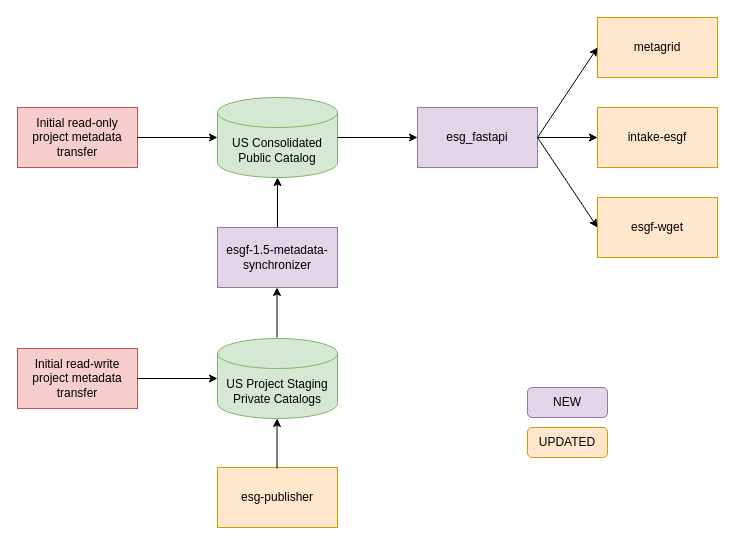
The draw.io diagram diagrams/ESGF-1.5 Design.drawio in esgf2-us/esgf-1.5-design, before the edit. Source tidied: cells renumbered, new cells numbered last; positions are measured from the earlier drawing's top-left corner, leaving out a move shared by most shapes. Both pictures are drawn from the tidied source at 100%, with x=0, y=0 at pixel (17, 17).
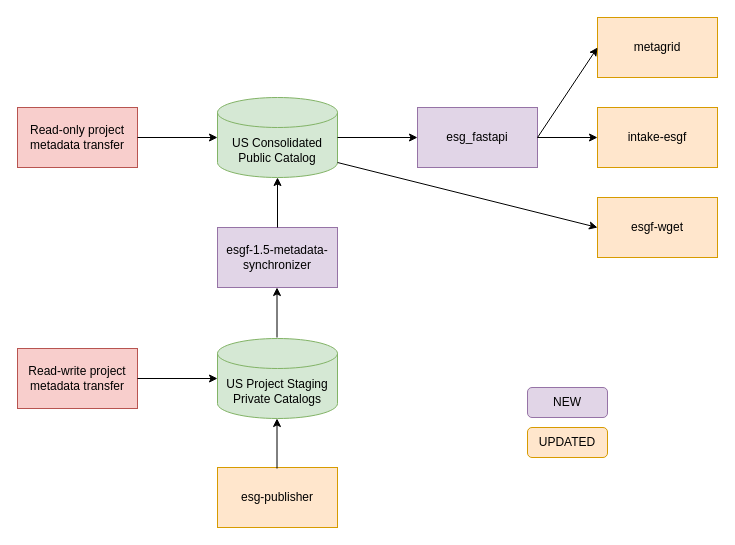
After the change.

The change refers to these unchanged cells:
```xml
<mxCell id="2" value="US Consolidated Public&amp;nbsp;Catalog" style="shape=cylinder3;whiteSpace=wrap;html=1;boundedLbl=1;backgroundOutline=1;size=15;fillColor=#d5e8d4;strokeColor=#82b366;" parent="1" vertex="1">
  <mxGeometry x="200" y="80" width="120" height="80" as="geometry" />
</mxCell>
<mxCell id="6" value="esg_fastapi" style="rounded=0;whiteSpace=wrap;html=1;fillColor=#e1d5e7;strokeColor=#9673a6;" parent="1" vertex="1">
  <mxGeometry x="400" y="90" width="120" height="60" as="geometry" />
</mxCell>
<mxCell id="10" value="esgf-wget" style="rounded=0;whiteSpace=wrap;html=1;fillColor=#ffe6cc;strokeColor=#d79b00;" parent="1" vertex="1">
  <mxGeometry x="580" y="180" width="120" height="60" as="geometry" />
</mxCell>
```

The edit, as a diff of the source:
```diff
@@
-    <mxCell id="11" style="endArrow=classic;html=1;rounded=0;entryX=0;entryY=0.5;entryDx=0;entryDy=0;exitX=1;exitY=0.5;exitDx=0;exitDy=0;" parent="1" edge="1" source="6" target="10">
+    <mxCell id="11" style="endArrow=classic;html=1;rounded=0;entryX=0;entryY=0.5;entryDx=0;entryDy=0;exitX=1;exitY=1;exitDx=0;exitDy=-15;exitPerimeter=0;" parent="1" edge="1" source="2" target="10">
       <mxGeometry relative="1" as="geometry" />
     </mxCell>
-    <mxCell id="12" value="Initial read-only project metadata transfer" style="rounded=0;whiteSpace=wrap;html=1;fillColor=#f8cecc;strokeColor=#b85450;" parent="1" vertex="1">
+    <mxCell id="12" value="Read-only project metadata transfer" style="rounded=0;whiteSpace=wrap;html=1;fillColor=#f8cecc;strokeColor=#b85450;" parent="1" vertex="1">
       <mxGeometry y="90" width="120" height="60" as="geometry" />
     </mxCell>
@@
-    <mxCell id="14" value="Initial read-write project metadata transfer" style="rounded=0;whiteSpace=wrap;html=1;fillColor=#f8cecc;strokeColor=#b85450;" parent="1" vertex="1">
+    <mxCell id="14" value="Read-write project metadata transfer" style="rounded=0;whiteSpace=wrap;html=1;fillColor=#f8cecc;strokeColor=#b85450;" parent="1" vertex="1">
       <mxGeometry y="331" width="120" height="60" as="geometry" />
     </mxCell>
```
